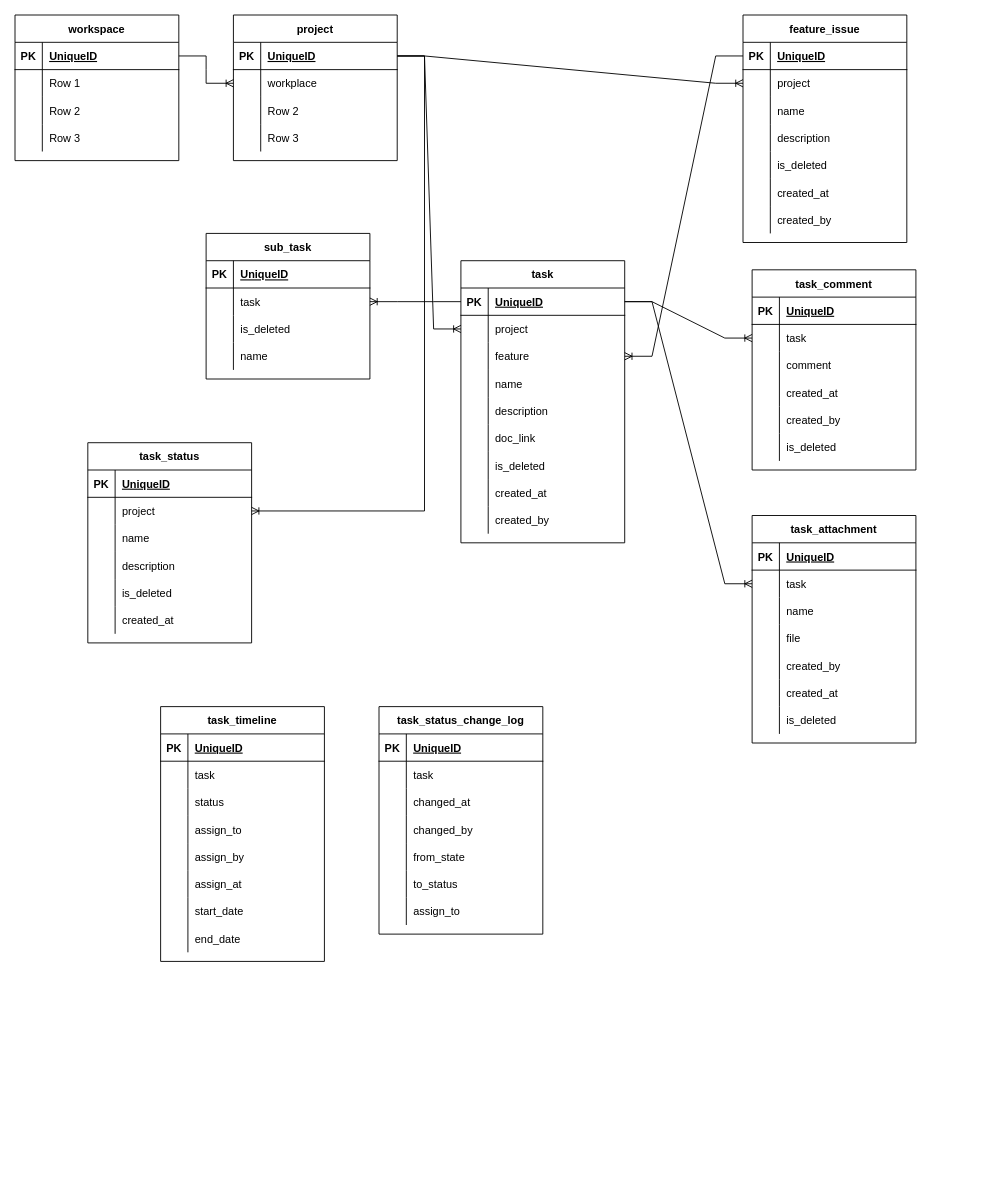
effective-solutions-xyz/daily-update keeps this draw.io diagram as docs/ER.drawio. Above is the earlier version. Source tidied: cells renumbered, new cells numbered last; positions are measured from the earlier drawing's top-left corner, leaving out a move shared by most shapes. Both pictures are drawn from the tidied source at 91%, with x=0, y=0 at pixel (15, 15).
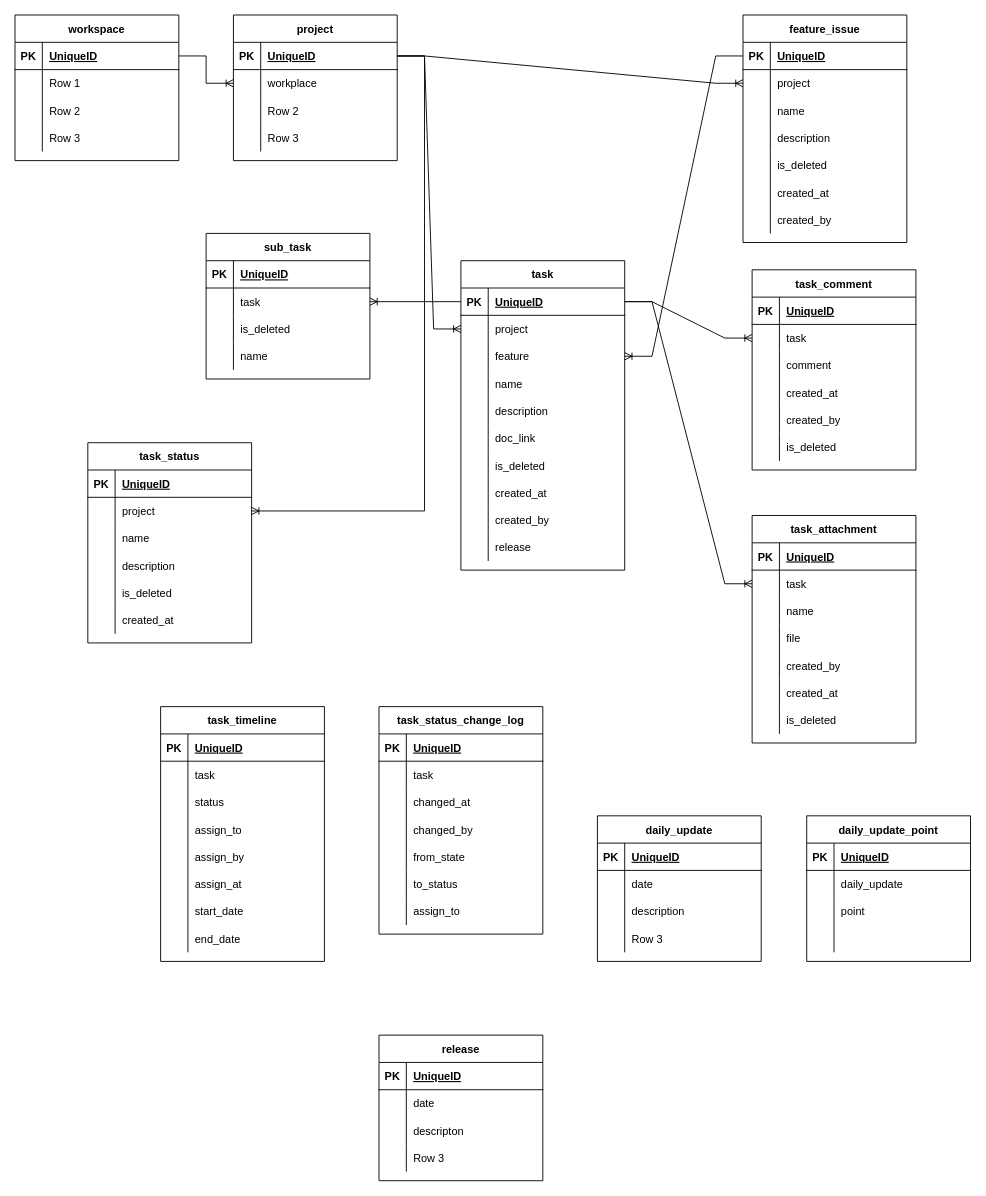
Above is the later version.

Diff of the diagram source:
```diff
@@
     <mxCell id="2" value="task" style="shape=table;startSize=30;childLayout=tableLayout;rowLines=0;fontStyle=1;align=center;" parent="1" vertex="1">
-      <mxGeometry x="490" y="270" width="180" height="310" as="geometry" />
+      <mxGeometry x="490" y="270" width="180" height="340" as="geometry" />
     </mxCell>
@@
+    <mxCell id="206" style="shape=partialRectangle;fillColor=none;top=0;left=0;bottom=0;right=0;" parent="2" vertex="1">
+      <mxGeometry y="300" width="180" height="30" as="geometry" />
+    </mxCell>
+    <mxCell id="207" style="shape=partialRectangle;fillColor=none;top=0;left=0;bottom=0;right=0;overflow=hidden;" parent="206" vertex="1">
+      <mxGeometry width="30" height="30" as="geometry" />
+    </mxCell>
+    <mxCell id="208" value="release" style="shape=partialRectangle;fillColor=none;top=0;left=0;bottom=0;right=0;align=left;spacingLeft=6;overflow=hidden;" parent="206" vertex="1">
+      <mxGeometry x="30" width="150" height="30" as="geometry" />
+    </mxCell>
@@
+    <mxCell id="209" value="daily_update" style="shape=table;startSize=30;childLayout=tableLayout;rowLines=0;fontStyle=1;align=center;" parent="1" vertex="1">
+      <mxGeometry x="640" y="880" width="180" height="160" as="geometry" />
+    </mxCell>
+    <mxCell id="210" style="shape=partialRectangle;fillColor=none;top=0;left=0;bottom=1;right=0;" parent="209" vertex="1">
+      <mxGeometry y="30" width="180" height="30" as="geometry" />
+    </mxCell>
+    <mxCell id="211" value="PK" style="shape=partialRectangle;fillColor=none;top=0;left=0;bottom=0;right=0;fontStyle=1;overflow=hidden;" parent="210" vertex="1">
+      <mxGeometry width="30" height="30" as="geometry" />
+    </mxCell>
+    <mxCell id="212" value="UniqueID" style="shape=partialRectangle;fillColor=none;top=0;left=0;bottom=0;right=0;align=left;spacingLeft=6;fontStyle=5;overflow=hidden;" parent="210" vertex="1">
+      <mxGeometry x="30" width="150" height="30" as="geometry" />
+    </mxCell>
+    <mxCell id="213" style="shape=partialRectangle;fillColor=none;top=0;left=0;bottom=0;right=0;" parent="209" vertex="1">
+      <mxGeometry y="60" width="180" height="30" as="geometry" />
+    </mxCell>
+    <mxCell id="214" style="shape=partialRectangle;fillColor=none;top=0;left=0;bottom=0;right=0;overflow=hidden;" parent="213" vertex="1">
+      <mxGeometry width="30" height="30" as="geometry" />
+    </mxCell>
+    <mxCell id="215" value="date" style="shape=partialRectangle;fillColor=none;top=0;left=0;bottom=0;right=0;align=left;spacingLeft=6;overflow=hidden;" parent="213" vertex="1">
+      <mxGeometry x="30" width="150" height="30" as="geometry" />
+    </mxCell>
+    <mxCell id="216" style="shape=partialRectangle;fillColor=none;top=0;left=0;bottom=0;right=0;" parent="209" vertex="1">
+      <mxGeometry y="90" width="180" height="30" as="geometry" />
+    </mxCell>
+    <mxCell id="217" style="shape=partialRectangle;fillColor=none;top=0;left=0;bottom=0;right=0;overflow=hidden;" parent="216" vertex="1">
+      <mxGeometry width="30" height="30" as="geometry" />
+    </mxCell>
+    <mxCell id="218" value="description" style="shape=partialRectangle;fillColor=none;top=0;left=0;bottom=0;right=0;align=left;spacingLeft=6;overflow=hidden;" parent="216" vertex="1">
+      <mxGeometry x="30" width="150" height="30" as="geometry" />
+    </mxCell>
+    <mxCell id="219" style="shape=partialRectangle;fillColor=none;top=0;left=0;bottom=0;right=0;" parent="209" vertex="1">
+      <mxGeometry y="120" width="180" height="30" as="geometry" />
+    </mxCell>
+    <mxCell id="220" style="shape=partialRectangle;fillColor=none;top=0;left=0;bottom=0;right=0;overflow=hidden;" parent="219" vertex="1">
+      <mxGeometry width="30" height="30" as="geometry" />
+    </mxCell>
+    <mxCell id="221" value="Row 3" style="shape=partialRectangle;fillColor=none;top=0;left=0;bottom=0;right=0;align=left;spacingLeft=6;overflow=hidden;" parent="219" vertex="1">
+      <mxGeometry x="30" width="150" height="30" as="geometry" />
+    </mxCell>
+    <mxCell id="222" value="daily_update_point" style="shape=table;startSize=30;childLayout=tableLayout;rowLines=0;fontStyle=1;align=center;" parent="1" vertex="1">
+      <mxGeometry x="870" y="880" width="180" height="160" as="geometry" />
+    </mxCell>
+    <mxCell id="223" style="shape=partialRectangle;fillColor=none;top=0;left=0;bottom=1;right=0;" parent="222" vertex="1">
+      <mxGeometry y="30" width="180" height="30" as="geometry" />
+    </mxCell>
+    <mxCell id="224" value="PK" style="shape=partialRectangle;fillColor=none;top=0;left=0;bottom=0;right=0;fontStyle=1;overflow=hidden;" parent="223" vertex="1">
+      <mxGeometry width="30" height="30" as="geometry" />
+    </mxCell>
+    <mxCell id="225" value="UniqueID" style="shape=partialRectangle;fillColor=none;top=0;left=0;bottom=0;right=0;align=left;spacingLeft=6;fontStyle=5;overflow=hidden;" parent="223" vertex="1">
+      <mxGeometry x="30" width="150" height="30" as="geometry" />
+    </mxCell>
+    <mxCell id="226" style="shape=partialRectangle;fillColor=none;top=0;left=0;bottom=0;right=0;" parent="222" vertex="1">
+      <mxGeometry y="60" width="180" height="30" as="geometry" />
+    </mxCell>
+    <mxCell id="227" style="shape=partialRectangle;fillColor=none;top=0;left=0;bottom=0;right=0;overflow=hidden;" parent="226" vertex="1">
+      <mxGeometry width="30" height="30" as="geometry" />
+    </mxCell>
+    <mxCell id="228" value="daily_update" style="shape=partialRectangle;fillColor=none;top=0;left=0;bottom=0;right=0;align=left;spacingLeft=6;overflow=hidden;" parent="226" vertex="1">
+      <mxGeometry x="30" width="150" height="30" as="geometry" />
+    </mxCell>
+    <mxCell id="229" style="shape=partialRectangle;fillColor=none;top=0;left=0;bottom=0;right=0;" parent="222" vertex="1">
+      <mxGeometry y="90" width="180" height="30" as="geometry" />
+    </mxCell>
+    <mxCell id="230" style="shape=partialRectangle;fillColor=none;top=0;left=0;bottom=0;right=0;overflow=hidden;" parent="229" vertex="1">
+      <mxGeometry width="30" height="30" as="geometry" />
+    </mxCell>
+    <mxCell id="231" value="point" style="shape=partialRectangle;fillColor=none;top=0;left=0;bottom=0;right=0;align=left;spacingLeft=6;overflow=hidden;" parent="229" vertex="1">
+      <mxGeometry x="30" width="150" height="30" as="geometry" />
+    </mxCell>
+    <mxCell id="232" style="shape=partialRectangle;fillColor=none;top=0;left=0;bottom=0;right=0;" parent="222" vertex="1">
+      <mxGeometry y="120" width="180" height="30" as="geometry" />
+    </mxCell>
+    <mxCell id="233" style="shape=partialRectangle;fillColor=none;top=0;left=0;bottom=0;right=0;overflow=hidden;" parent="232" vertex="1">
+      <mxGeometry width="30" height="30" as="geometry" />
+    </mxCell>
+    <mxCell id="234" style="shape=partialRectangle;fillColor=none;top=0;left=0;bottom=0;right=0;align=left;spacingLeft=6;overflow=hidden;" parent="232" vertex="1">
+      <mxGeometry x="30" width="150" height="30" as="geometry" />
+    </mxCell>
+    <mxCell id="235" value="release" style="shape=table;startSize=30;childLayout=tableLayout;rowLines=0;fontStyle=1;align=center;" parent="1" vertex="1">
+      <mxGeometry x="400" y="1121" width="180" height="160" as="geometry" />
+    </mxCell>
+    <mxCell id="236" style="shape=partialRectangle;fillColor=none;top=0;left=0;bottom=1;right=0;" parent="235" vertex="1">
+      <mxGeometry y="30" width="180" height="30" as="geometry" />
+    </mxCell>
+    <mxCell id="237" value="PK" style="shape=partialRectangle;fillColor=none;top=0;left=0;bottom=0;right=0;fontStyle=1;overflow=hidden;" parent="236" vertex="1">
+      <mxGeometry width="30" height="30" as="geometry" />
+    </mxCell>
+    <mxCell id="238" value="UniqueID" style="shape=partialRectangle;fillColor=none;top=0;left=0;bottom=0;right=0;align=left;spacingLeft=6;fontStyle=5;overflow=hidden;" parent="236" vertex="1">
+      <mxGeometry x="30" width="150" height="30" as="geometry" />
+    </mxCell>
+    <mxCell id="239" style="shape=partialRectangle;fillColor=none;top=0;left=0;bottom=0;right=0;" parent="235" vertex="1">
+      <mxGeometry y="60" width="180" height="30" as="geometry" />
+    </mxCell>
+    <mxCell id="240" style="shape=partialRectangle;fillColor=none;top=0;left=0;bottom=0;right=0;overflow=hidden;" parent="239" vertex="1">
+      <mxGeometry width="30" height="30" as="geometry" />
+    </mxCell>
+    <mxCell id="241" value="date" style="shape=partialRectangle;fillColor=none;top=0;left=0;bottom=0;right=0;align=left;spacingLeft=6;overflow=hidden;" parent="239" vertex="1">
+      <mxGeometry x="30" width="150" height="30" as="geometry" />
+    </mxCell>
+    <mxCell id="242" style="shape=partialRectangle;fillColor=none;top=0;left=0;bottom=0;right=0;" parent="235" vertex="1">
+      <mxGeometry y="90" width="180" height="30" as="geometry" />
+    </mxCell>
+    <mxCell id="243" style="shape=partialRectangle;fillColor=none;top=0;left=0;bottom=0;right=0;overflow=hidden;" parent="242" vertex="1">
+      <mxGeometry width="30" height="30" as="geometry" />
+    </mxCell>
+    <mxCell id="244" value="descripton" style="shape=partialRectangle;fillColor=none;top=0;left=0;bottom=0;right=0;align=left;spacingLeft=6;overflow=hidden;" parent="242" vertex="1">
+      <mxGeometry x="30" width="150" height="30" as="geometry" />
+    </mxCell>
+    <mxCell id="245" style="shape=partialRectangle;fillColor=none;top=0;left=0;bottom=0;right=0;" parent="235" vertex="1">
+      <mxGeometry y="120" width="180" height="30" as="geometry" />
+    </mxCell>
+    <mxCell id="246" style="shape=partialRectangle;fillColor=none;top=0;left=0;bottom=0;right=0;overflow=hidden;" parent="245" vertex="1">
+      <mxGeometry width="30" height="30" as="geometry" />
+    </mxCell>
+    <mxCell id="247" value="Row 3" style="shape=partialRectangle;fillColor=none;top=0;left=0;bottom=0;right=0;align=left;spacingLeft=6;overflow=hidden;" parent="245" vertex="1">
+      <mxGeometry x="30" width="150" height="30" as="geometry" />
+    </mxCell>
```
